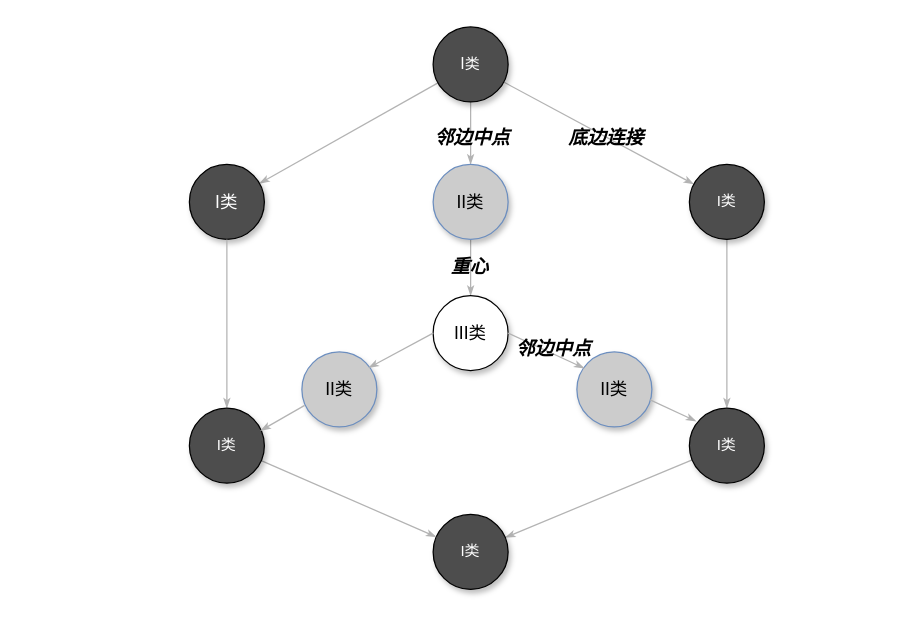
This is 探测网.drawio from glancccc/CS-Books, a draw.io file, before an edit. Source tidied: cells renumbered, new cells numbered last; positions are measured from the earlier drawing's top-left corner, leaving out a move shared by most shapes. Both pictures are drawn from the tidied source at 125%, with x=0, y=0 at pixel (189, 26).
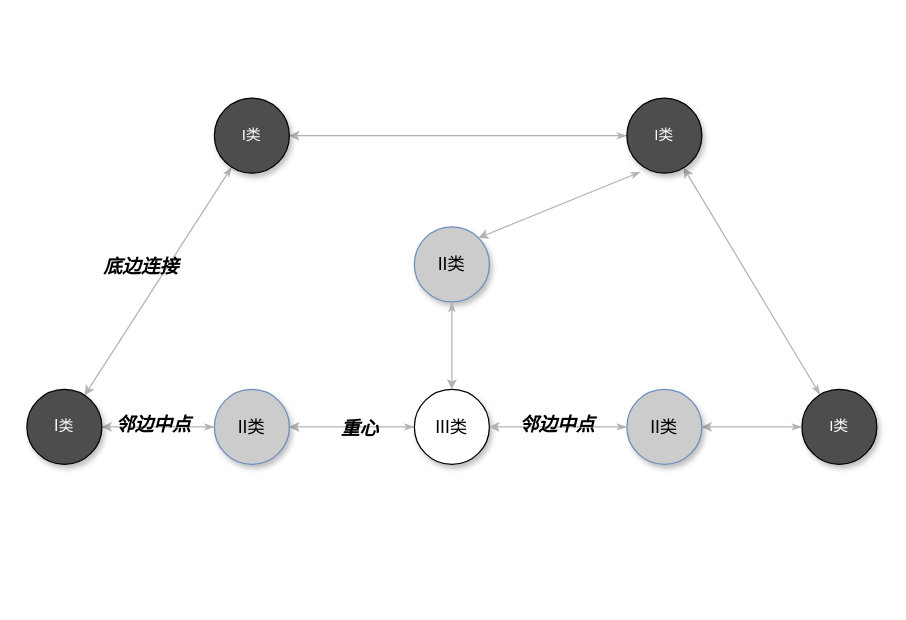
After the change.

Commit message:
更新探测网.drawio

What changed in the source:
```diff
@@
-    <mxCell id="2" style="edgeStyle=none;rounded=1;html=1;labelBackgroundColor=none;startArrow=none;startFill=0;startSize=5;endArrow=classicThin;endFill=1;endSize=5;jettySize=auto;strokeColor=#B3B3B3;strokeWidth=1;fontFamily=Verdana;fontSize=12;" parent="1" edge="1" source="5" target="7">
+    <mxCell id="2" style="edgeStyle=none;rounded=1;html=1;labelBackgroundColor=none;startArrow=classic;startFill=1;startSize=5;endArrow=classicThin;endFill=1;endSize=5;jettySize=auto;strokeColor=#B3B3B3;strokeWidth=1;fontFamily=Verdana;fontSize=12;" parent="1" edge="1" source="5" target="7">
       <mxGeometry relative="1" as="geometry" />
     </mxCell>
-    <mxCell id="3" style="edgeStyle=none;rounded=1;html=1;labelBackgroundColor=none;startArrow=none;startFill=0;startSize=5;endArrow=classicThin;endFill=1;endSize=5;jettySize=auto;strokeColor=#B3B3B3;strokeWidth=1;fontFamily=Verdana;fontSize=12;" parent="1" edge="1" source="5" target="15">
-      <mxGeometry relative="1" as="geometry" />
-    </mxCell>
-    <mxCell id="4" style="edgeStyle=none;rounded=1;html=1;labelBackgroundColor=none;startArrow=none;startFill=0;startSize=5;endArrow=classicThin;endFill=1;endSize=5;jettySize=auto;strokeColor=#B3B3B3;strokeWidth=1;fontFamily=Verdana;fontSize=12;" parent="1" edge="1" source="5" target="9">
+    <mxCell id="4" style="edgeStyle=none;rounded=1;html=1;labelBackgroundColor=none;startArrow=classic;startFill=1;startSize=5;endArrow=classicThin;endFill=1;endSize=5;jettySize=auto;strokeColor=#B3B3B3;strokeWidth=1;fontFamily=Verdana;fontSize=12;" parent="1" edge="1" source="5" target="9">
       <mxGeometry relative="1" as="geometry" />
     </mxCell>
     <mxCell id="5" value="&lt;span style=&quot;font-family: Verdana;&quot; lang=&quot;EN-US&quot;&gt;I&lt;/span&gt;&lt;span style=&quot;font-family: Verdana;&quot;&gt;类&lt;/span&gt;" style="ellipse;whiteSpace=wrap;html=1;rounded=0;shadow=1;comic=0;labelBackgroundColor=none;strokeWidth=1;fontFamily=Helvetica;fontSize=12;align=center;fillColor=#4D4D4D;strokeColor=#000000;fontColor=#FFFFFF;" parent="1" vertex="1">
-      <mxGeometry x="195" width="60" height="60" as="geometry" />
+      <mxGeometry x="-130" y="290" width="60" height="60" as="geometry" />
     </mxCell>
-    <mxCell id="6" style="edgeStyle=none;rounded=1;html=1;labelBackgroundColor=none;startArrow=none;startFill=0;startSize=5;endArrow=classicThin;endFill=1;endSize=5;jettySize=auto;strokeColor=#B3B3B3;strokeWidth=1;fontFamily=Verdana;fontSize=12;" parent="1" edge="1" source="7" target="13">
+    <mxCell id="6" style="edgeStyle=none;rounded=1;html=1;labelBackgroundColor=none;startArrow=classic;startFill=1;startSize=5;endArrow=classicThin;endFill=1;endSize=5;jettySize=auto;strokeColor=#B3B3B3;strokeWidth=1;fontFamily=Verdana;fontSize=12;" parent="1" edge="1" source="7" target="13">
       <mxGeometry relative="1" as="geometry" />
     </mxCell>
     <mxCell id="7" value="&lt;span style=&quot;font-size:10.5pt;mso-bidi-font-size:11.0pt;font-family:宋体;mso-bidi-font-family:&lt;br/&gt;&amp;quot;Times New Roman&amp;quot;;mso-bidi-theme-font:minor-bidi;mso-ansi-language:EN-US;&lt;br/&gt;mso-fareast-language:ZH-CN;mso-bidi-language:AR-SA&quot; lang=&quot;EN-US&quot;&gt;II&lt;/span&gt;&lt;span style=&quot;font-size:10.5pt;mso-bidi-font-size:11.0pt;font-family:宋体;mso-bidi-font-family:&lt;br/&gt;&amp;quot;Times New Roman&amp;quot;;mso-bidi-theme-font:minor-bidi;mso-ansi-language:EN-US;&lt;br/&gt;mso-fareast-language:ZH-CN;mso-bidi-language:AR-SA&quot;&gt;类&lt;/span&gt;" style="ellipse;whiteSpace=wrap;html=1;rounded=0;shadow=1;comic=0;labelBackgroundColor=none;strokeWidth=1;fontFamily=Verdana;fontSize=12;align=center;fillColor=#CCCCCC;strokeColor=#6C8EBF;" parent="1" vertex="1">
-      <mxGeometry x="195" y="110" width="60" height="60" as="geometry" />
+      <mxGeometry x="20" y="290" width="60" height="60" as="geometry" />
     </mxCell>
-    <mxCell id="8" style="edgeStyle=none;rounded=1;html=1;labelBackgroundColor=none;startArrow=none;startFill=0;startSize=5;endArrow=classicThin;endFill=1;endSize=5;jettySize=auto;strokeColor=#B3B3B3;strokeWidth=1;fontFamily=Verdana;fontSize=12;entryX=0.5;entryY=0;entryDx=0;entryDy=0;" parent="1" edge="1" source="9" target="11">
+    <mxCell id="8" style="edgeStyle=none;rounded=1;html=1;labelBackgroundColor=none;startArrow=classic;startFill=1;startSize=5;endArrow=classicThin;endFill=1;endSize=5;jettySize=auto;strokeColor=#B3B3B3;strokeWidth=1;fontFamily=Verdana;fontSize=12;entryX=0;entryY=0.5;entryDx=0;entryDy=0;" parent="1" edge="1" source="9" target="11">
       <mxGeometry relative="1" as="geometry" />
     </mxCell>
     <mxCell id="9" value="&lt;span lang=&quot;EN-US&quot;&gt;I&lt;/span&gt;类" style="ellipse;whiteSpace=wrap;html=1;rounded=0;shadow=1;comic=0;labelBackgroundColor=none;strokeWidth=1;fontFamily=Helvetica;fontSize=12;align=center;fillColor=#4D4D4D;strokeColor=#000000;fontColor=#FFFFFF;" parent="1" vertex="1">
-      <mxGeometry x="400" y="110" width="60" height="60" as="geometry" />
+      <mxGeometry x="20" y="57" width="60" height="60" as="geometry" />
     </mxCell>
-    <mxCell id="10" style="edgeStyle=none;rounded=1;html=1;labelBackgroundColor=none;startArrow=none;startFill=0;startSize=5;endArrow=classicThin;endFill=1;endSize=5;jettySize=auto;strokeColor=#B3B3B3;strokeWidth=1;fontFamily=Verdana;fontSize=12;" parent="1" edge="1" source="11" target="14">
+    <mxCell id="10" style="edgeStyle=none;rounded=1;html=1;labelBackgroundColor=none;startArrow=classic;startFill=1;startSize=5;endArrow=classicThin;endFill=1;endSize=5;jettySize=auto;strokeColor=#B3B3B3;strokeWidth=1;fontFamily=Verdana;fontSize=12;" parent="1" edge="1" source="11" target="14">
       <mxGeometry relative="1" as="geometry" />
     </mxCell>
     <mxCell id="11" value="&lt;span lang=&quot;EN-US&quot;&gt;I&lt;/span&gt;类" style="ellipse;whiteSpace=wrap;html=1;rounded=0;shadow=1;comic=0;labelBackgroundColor=none;strokeWidth=1;fontFamily=Helvetica;fontSize=12;align=center;fillColor=#4D4D4D;strokeColor=#000000;fontColor=#FFFFFF;" parent="1" vertex="1">
-      <mxGeometry x="400" y="305" width="60" height="60" as="geometry" />
+      <mxGeometry x="350" y="57" width="60" height="60" as="geometry" />
     </mxCell>
     <mxCell id="12" value="&lt;span style=&quot;font-size:10.5pt;mso-bidi-font-size:11.0pt;font-family:宋体;mso-bidi-font-family:&lt;br/&gt;&amp;quot;Times New Roman&amp;quot;;mso-bidi-theme-font:minor-bidi;mso-ansi-language:EN-US;&lt;br/&gt;mso-fareast-language:ZH-CN;mso-bidi-language:AR-SA&quot; lang=&quot;EN-US&quot;&gt;II&lt;/span&gt;&lt;span style=&quot;font-size:10.5pt;mso-bidi-font-size:11.0pt;font-family:宋体;mso-bidi-font-family:&lt;br/&gt;&amp;quot;Times New Roman&amp;quot;;mso-bidi-theme-font:minor-bidi;mso-ansi-language:EN-US;&lt;br/&gt;mso-fareast-language:ZH-CN;mso-bidi-language:AR-SA&quot;&gt;类&lt;/span&gt;" style="ellipse;whiteSpace=wrap;html=1;rounded=0;shadow=1;comic=0;labelBackgroundColor=none;strokeWidth=1;fontFamily=Verdana;fontSize=12;align=center;fillColor=#CCCCCC;strokeColor=#6c8ebf;" parent="1" vertex="1">
-      <mxGeometry x="310" y="260" width="60" height="60" as="geometry" />
+      <mxGeometry x="180" y="160" width="60" height="60" as="geometry" />
     </mxCell>
     <mxCell id="13" value="&lt;span style=&quot;font-size:10.5pt;mso-bidi-font-size:11.0pt;font-family:宋体;mso-bidi-font-family:&lt;br/&gt;&amp;quot;Times New Roman&amp;quot;;mso-bidi-theme-font:minor-bidi;mso-ansi-language:EN-US;&lt;br/&gt;mso-fareast-language:ZH-CN;mso-bidi-language:AR-SA&quot; lang=&quot;EN-US&quot;&gt;III&lt;/span&gt;&lt;span style=&quot;font-size:10.5pt;mso-bidi-font-size:11.0pt;font-family:宋体;mso-bidi-font-family:&lt;br/&gt;&amp;quot;Times New Roman&amp;quot;;mso-bidi-theme-font:minor-bidi;mso-ansi-language:EN-US;&lt;br/&gt;mso-fareast-language:ZH-CN;mso-bidi-language:AR-SA&quot;&gt;类&lt;/span&gt;" style="ellipse;whiteSpace=wrap;html=1;rounded=0;shadow=1;comic=0;labelBackgroundColor=none;strokeWidth=1;fontFamily=Verdana;fontSize=12;align=center;fillColor=#FFFFFF;fontColor=#000000;strokeColor=#000000;" parent="1" vertex="1">
-      <mxGeometry x="195" y="215" width="60" height="60" as="geometry" />
+      <mxGeometry x="180" y="290" width="60" height="60" as="geometry" />
     </mxCell>
     <mxCell id="14" value="&lt;span lang=&quot;EN-US&quot;&gt;I&lt;/span&gt;类" style="ellipse;whiteSpace=wrap;html=1;rounded=0;shadow=1;comic=0;labelBackgroundColor=none;strokeWidth=1;fontFamily=Helvetica;fontSize=12;align=center;fillColor=#4D4D4D;strokeColor=#000000;fontColor=#FFFFFF;" parent="1" vertex="1">
-      <mxGeometry x="195" y="390" width="60" height="60" as="geometry" />
+      <mxGeometry x="490" y="290" width="60" height="60" as="geometry" />
     </mxCell>
-    <mxCell id="15" value="&lt;span style=&quot;font-size:10.5pt;mso-bidi-font-size:11.0pt;font-family:宋体;mso-bidi-font-family:&lt;br/&gt;&amp;quot;Times New Roman&amp;quot;;mso-bidi-theme-font:minor-bidi;mso-ansi-language:EN-US;&lt;br/&gt;mso-fareast-language:ZH-CN;mso-bidi-language:AR-SA&quot; lang=&quot;EN-US&quot;&gt;I&lt;/span&gt;&lt;span style=&quot;font-size:10.5pt;mso-bidi-font-size:11.0pt;font-family:宋体;mso-bidi-font-family:&lt;br/&gt;&amp;quot;Times New Roman&amp;quot;;mso-bidi-theme-font:minor-bidi;mso-ansi-language:EN-US;&lt;br/&gt;mso-fareast-language:ZH-CN;mso-bidi-language:AR-SA&quot;&gt;类&lt;/span&gt;" style="ellipse;whiteSpace=wrap;html=1;rounded=0;shadow=1;comic=0;labelBackgroundColor=none;strokeWidth=1;fontFamily=Helvetica;fontSize=12;align=center;fillColor=#4D4D4D;strokeColor=#000000;fontColor=#FFFFFF;" parent="1" vertex="1">
-      <mxGeometry y="110" width="60" height="60" as="geometry" />
-    </mxCell>
-    <mxCell id="16" style="edgeStyle=none;rounded=1;html=1;labelBackgroundColor=none;startArrow=none;startFill=0;startSize=5;endArrow=classicThin;endFill=1;endSize=5;jettySize=auto;strokeColor=#B3B3B3;strokeWidth=1;fontFamily=Verdana;fontSize=12;exitX=0.5;exitY=1;exitDx=0;exitDy=0;" parent="1" edge="1" source="15" target="18">
-      <mxGeometry relative="1" as="geometry" />
-    </mxCell>
-    <mxCell id="17" style="edgeStyle=none;rounded=1;html=1;labelBackgroundColor=none;startArrow=none;startFill=0;startSize=5;endArrow=classicThin;endFill=1;endSize=5;jettySize=auto;strokeColor=#B3B3B3;strokeWidth=1;fontFamily=Verdana;fontSize=12;" parent="1" edge="1" source="18" target="14">
-      <mxGeometry relative="1" as="geometry" />
-    </mxCell>
-    <mxCell id="18" value="&lt;span lang=&quot;EN-US&quot;&gt;I&lt;/span&gt;类" style="ellipse;whiteSpace=wrap;html=1;rounded=0;shadow=1;comic=0;labelBackgroundColor=none;strokeWidth=1;fontFamily=Helvetica;fontSize=12;align=center;fillColor=#4D4D4D;strokeColor=#000000;fontColor=#FFFFFF;" parent="1" vertex="1">
-      <mxGeometry y="305" width="60" height="60" as="geometry" />
-    </mxCell>
-    <mxCell id="19" style="edgeStyle=none;rounded=1;html=1;labelBackgroundColor=none;startArrow=none;startFill=0;startSize=5;endArrow=classicThin;endFill=1;endSize=5;jettySize=auto;strokeColor=#B3B3B3;strokeWidth=1;fontFamily=Verdana;fontSize=12;exitX=1;exitY=0.5;exitDx=0;exitDy=0;entryX=0.098;entryY=0.217;entryDx=0;entryDy=0;entryPerimeter=0;" parent="1" edge="1" source="13" target="12">
+    <mxCell id="19" style="edgeStyle=none;rounded=1;html=1;labelBackgroundColor=none;startArrow=classic;startFill=1;startSize=5;endArrow=classicThin;endFill=1;endSize=5;jettySize=auto;strokeColor=#B3B3B3;strokeWidth=1;fontFamily=Verdana;fontSize=12;exitX=0.5;exitY=0;exitDx=0;exitDy=0;entryX=0.5;entryY=1;entryDx=0;entryDy=0;" parent="1" edge="1" source="13" target="12">
       <mxGeometry relative="1" as="geometry" />
     </mxCell>
+    <mxCell id="28" style="edgeStyle=orthogonalEdgeStyle;rounded=1;jettySize=auto;html=1;labelBackgroundColor=none;endArrow=classicThin;fontSize=12;fontFamily=Verdana;strokeColor=#B3B3B3;startArrow=classic;startFill=1;startSize=5;endFill=1;endSize=5;strokeWidth=1;" parent="1" edge="1" source="20" target="14">
+      <mxGeometry relative="1" as="geometry" />
+    </mxCell>
     <mxCell id="20" value="&lt;span style=&quot;font-size:10.5pt;mso-bidi-font-size:11.0pt;font-family:宋体;mso-bidi-font-family:&lt;br/&gt;&amp;quot;Times New Roman&amp;quot;;mso-bidi-theme-font:minor-bidi;mso-ansi-language:EN-US;&lt;br/&gt;mso-fareast-language:ZH-CN;mso-bidi-language:AR-SA&quot; lang=&quot;EN-US&quot;&gt;II&lt;/span&gt;&lt;span style=&quot;font-size:10.5pt;mso-bidi-font-size:11.0pt;font-family:宋体;mso-bidi-font-family:&lt;br/&gt;&amp;quot;Times New Roman&amp;quot;;mso-bidi-theme-font:minor-bidi;mso-ansi-language:EN-US;&lt;br/&gt;mso-fareast-language:ZH-CN;mso-bidi-language:AR-SA&quot;&gt;类&lt;/span&gt;" style="ellipse;whiteSpace=wrap;html=1;rounded=0;shadow=1;comic=0;labelBackgroundColor=none;strokeWidth=1;fontFamily=Verdana;fontSize=12;align=center;fillColor=#CCCCCC;strokeColor=#6c8ebf;" parent="1" vertex="1">
-      <mxGeometry x="90" y="260" width="60" height="60" as="geometry" />
+      <mxGeometry x="350" y="290" width="60" height="60" as="geometry" />
     </mxCell>
-    <mxCell id="21" style="edgeStyle=none;rounded=1;html=1;labelBackgroundColor=none;startArrow=none;startFill=0;startSize=5;endArrow=classicThin;endFill=1;endSize=5;jettySize=auto;strokeColor=#B3B3B3;strokeWidth=1;fontFamily=Verdana;fontSize=12;exitX=0.037;exitY=0.713;exitDx=0;exitDy=0;entryX=0.95;entryY=0.3;entryDx=0;entryDy=0;entryPerimeter=0;exitPerimeter=0;" parent="1" edge="1" source="20" target="18">
-      <mxGeometry relative="1" as="geometry" />
-    </mxCell>
-    <mxCell id="22" style="edgeStyle=none;rounded=1;html=1;labelBackgroundColor=none;startArrow=none;startFill=0;startSize=5;endArrow=classicThin;endFill=1;endSize=5;jettySize=auto;strokeColor=#B3B3B3;strokeWidth=1;fontFamily=Verdana;fontSize=12;exitX=0;exitY=0.5;exitDx=0;exitDy=0;entryX=0.89;entryY=0.213;entryDx=0;entryDy=0;entryPerimeter=0;" parent="1" edge="1" source="13" target="20">
+    <mxCell id="22" style="edgeStyle=none;rounded=1;html=1;labelBackgroundColor=none;startArrow=classic;startFill=1;startSize=5;endArrow=classicThin;endFill=1;endSize=5;jettySize=auto;strokeColor=#B3B3B3;strokeWidth=1;fontFamily=Verdana;fontSize=12;exitX=1;exitY=0.5;exitDx=0;exitDy=0;entryX=0;entryY=0.5;entryDx=0;entryDy=0;" parent="1" edge="1" source="13" target="20">
       <mxGeometry relative="1" as="geometry" />
     </mxCell>
-    <mxCell id="23" style="edgeStyle=none;rounded=1;html=1;labelBackgroundColor=none;startArrow=none;startFill=0;startSize=5;endArrow=classicThin;endFill=1;endSize=5;jettySize=auto;strokeColor=#B3B3B3;strokeWidth=1;fontFamily=Verdana;fontSize=12;entryX=0.09;entryY=0.174;entryDx=0;entryDy=0;exitX=0.977;exitY=0.64;exitDx=0;exitDy=0;exitPerimeter=0;entryPerimeter=0;" parent="1" edge="1" source="12" target="11">
+    <mxCell id="23" style="edgeStyle=none;rounded=1;html=1;labelBackgroundColor=none;startArrow=classic;startFill=1;startSize=5;endArrow=classicThin;endFill=1;endSize=5;jettySize=auto;strokeColor=#B3B3B3;strokeWidth=1;fontFamily=Verdana;fontSize=12;exitX=1;exitY=0;exitDx=0;exitDy=0;entryX=0.183;entryY=0.983;entryDx=0;entryDy=0;entryPerimeter=0;" parent="1" edge="1" source="12" target="11">
       <mxGeometry relative="1" as="geometry" />
     </mxCell>
     <mxCell id="24" value="底边连接" style="edgeLabel;html=1;align=center;verticalAlign=middle;fontColor=#000000;fontSize=15;labelBackgroundColor=none;fontStyle=3;" parent="1" vertex="1">
-      <mxGeometry x="332" y="87" as="geometry" />
+      <mxGeometry x="-40" y="190" as="geometry" />
     </mxCell>
     <mxCell id="25" value="邻边中点" style="edgeLabel;html=1;align=center;verticalAlign=middle;fontColor=#000000;fontSize=15;labelBackgroundColor=none;fontStyle=3;" parent="1" vertex="1">
-      <mxGeometry x="232" y="80" as="geometry">
+      <mxGeometry x="-23" y="310" as="geometry">
         <mxPoint x="-7" y="7" as="offset" />
       </mxGeometry>
     </mxCell>
     <mxCell id="26" value="重心" style="edgeLabel;html=1;align=center;verticalAlign=middle;fontColor=#000000;fontSize=15;labelBackgroundColor=none;fontStyle=3;" parent="1" vertex="1">
-      <mxGeometry x="230" y="183" as="geometry">
+      <mxGeometry x="142" y="313" as="geometry">
         <mxPoint x="-7" y="7" as="offset" />
       </mxGeometry>
     </mxCell>
     <mxCell id="27" value="邻边中点" style="edgeLabel;html=1;align=center;verticalAlign=middle;fontColor=#000000;fontSize=15;labelBackgroundColor=none;fontStyle=3;" parent="1" vertex="1">
-      <mxGeometry x="2" y="309" as="geometry">
-        <mxPoint x="288" y="-53" as="offset" />
+      <mxGeometry x="300" y="310" as="geometry">
+        <mxPoint x="-7" y="7" as="offset" />
       </mxGeometry>
     </mxCell>
```
